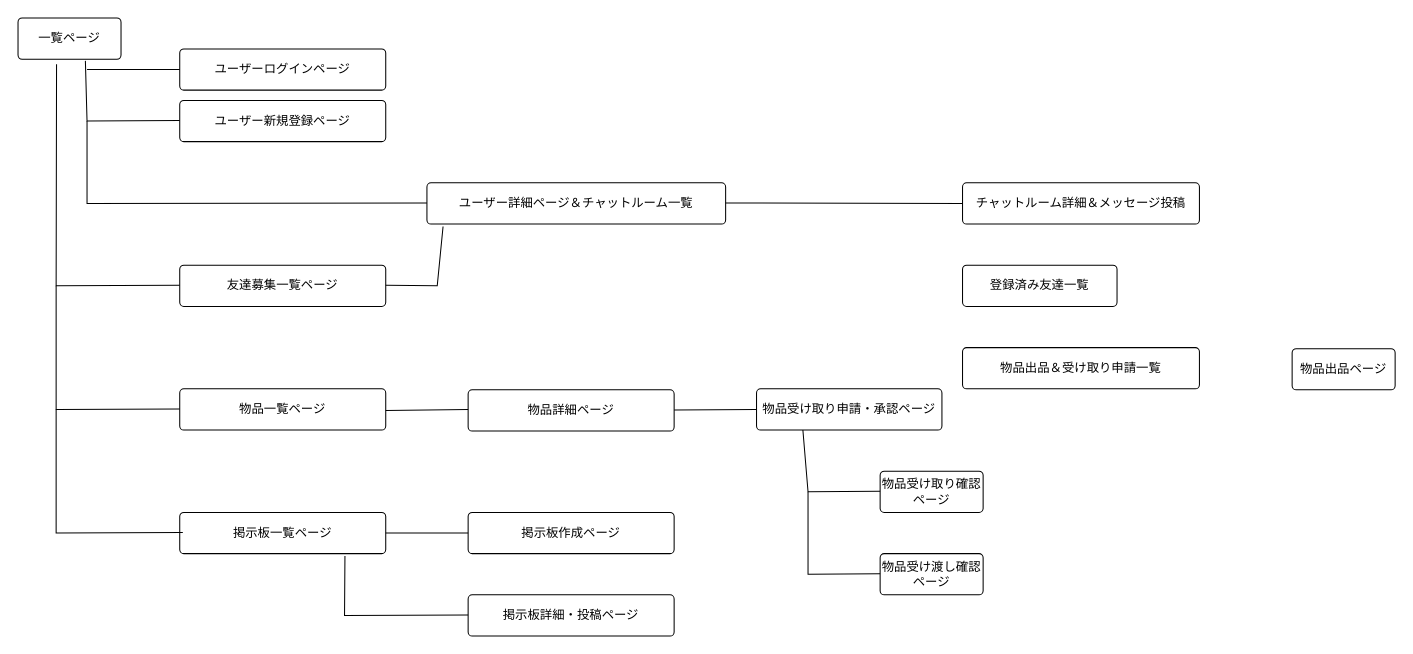
The draw.io diagram katarine_page.dio in Tomoki-Fukasawa/KATARINE, before the edit. Source tidied: cells renumbered, new cells numbered last; positions are measured from the earlier drawing's top-left corner, leaving out a move shared by most shapes. Both pictures are drawn from the tidied source at 103%, with x=0, y=0 at pixel (18, 18).
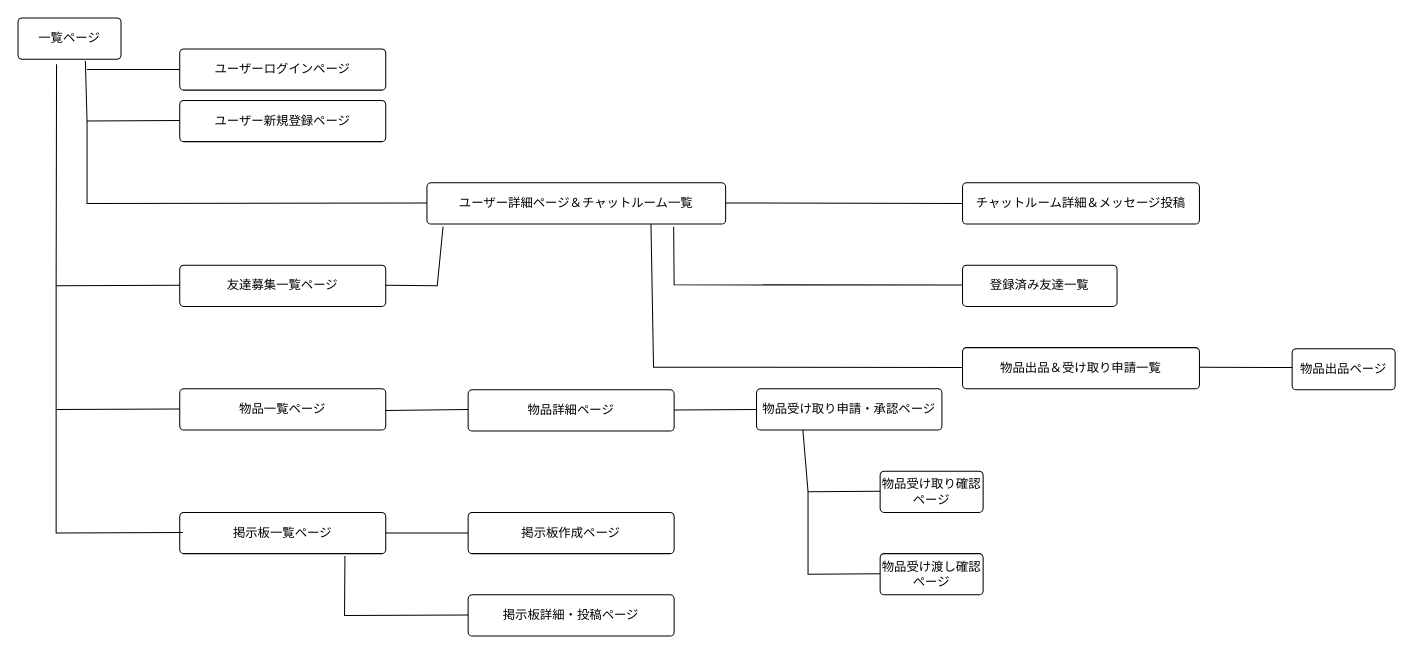
The same page after the edit.

The change refers to these unchanged cells:
```xml
<mxCell id="6" value="ユーザー詳細ページ＆チャットルーム一覧" style="rounded=1;arcSize=10;whiteSpace=wrap;html=1;align=center;" parent="1" vertex="1">
  <mxGeometry x="397" y="160" width="290" height="40" as="geometry" />
</mxCell>
```

What changed in the source:
```diff
@@
+    <mxCell id="33" style="endArrow=none;html=1;rounded=0;exitX=0.826;exitY=1.068;exitDx=0;exitDy=0;exitPerimeter=0;" parent="1" edge="1" source="6">
+      <mxGeometry relative="1" as="geometry">
+        <mxPoint x="917" y="259.3" as="targetPoint" />
+        <Array as="points">
+          <mxPoint x="637" y="259" />
+        </Array>
+      </mxGeometry>
+    </mxCell>
+    <mxCell id="34" style="endArrow=none;html=1;rounded=0;exitX=0.75;exitY=1;exitDx=0;exitDy=0;" parent="1" edge="1" source="6">
+      <mxGeometry relative="1" as="geometry">
+        <mxPoint x="917" y="339.3" as="targetPoint" />
+        <Array as="points">
+          <mxPoint x="617" y="339" />
+        </Array>
+      </mxGeometry>
+    </mxCell>
+    <mxCell id="35" style="endArrow=none;html=1;rounded=0;" parent="1" edge="1">
+      <mxGeometry relative="1" as="geometry">
+        <mxPoint x="1147" y="339" as="sourcePoint" />
+        <mxPoint x="1237" y="339.3" as="targetPoint" />
+      </mxGeometry>
+    </mxCell>
```
